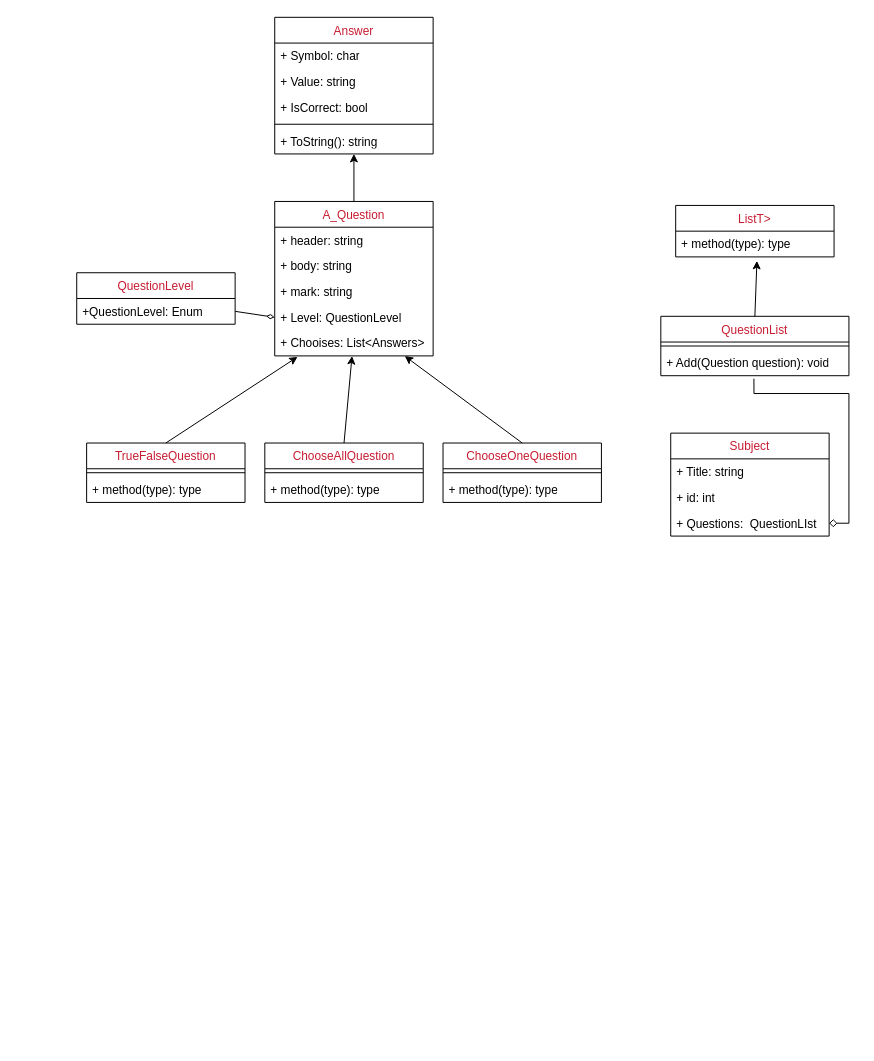
The draw.io diagram task_5/Untitled Diagram.drawio in Mariam-Amer000/EraaSoft-Tasks-, before the edit. Source tidied: cells renumbered, new cells numbered last; positions are measured from the earlier drawing's top-left corner, leaving out a move shared by most shapes. Both pictures are drawn from the tidied source at 99%, with x=0, y=0 at pixel (76, 17).
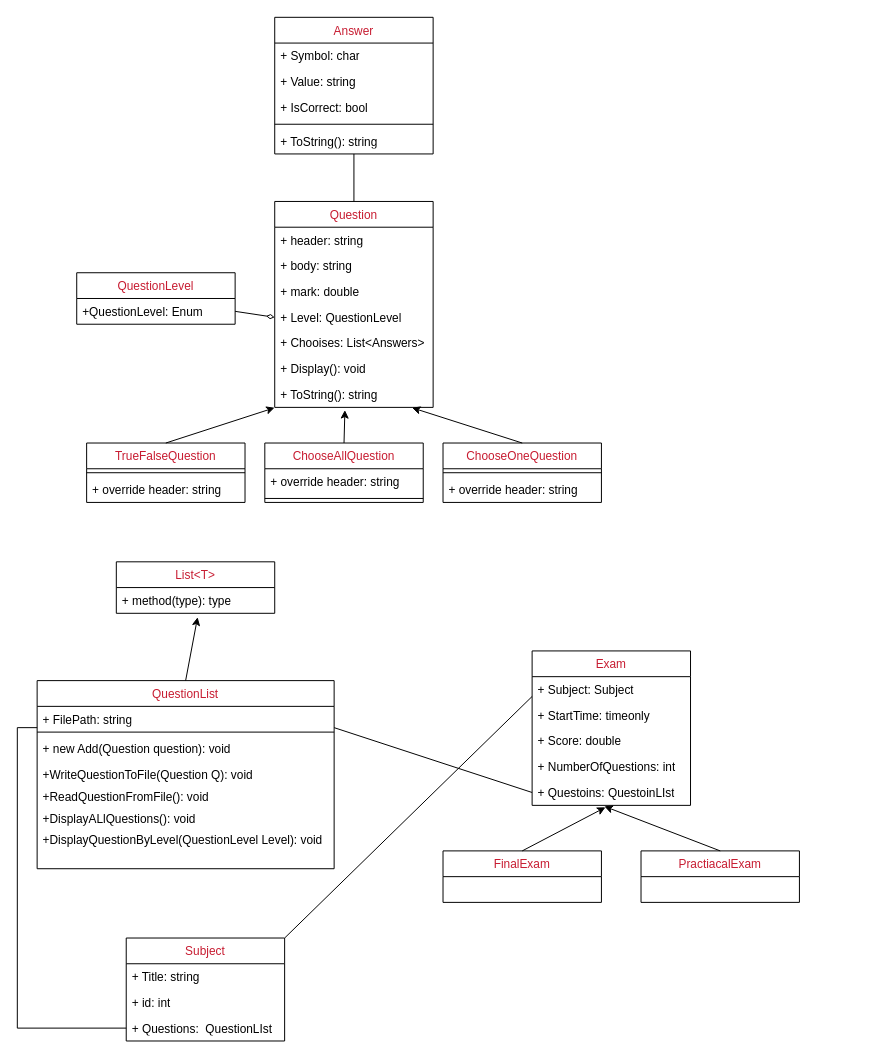
After the change.

Commit message (it also covers changes not shown here):
refactor(UML) inhance and organize UML

The change refers to these unchanged cells:
```xml
<mxCell id="7" value="+ Chooises: List&amp;lt;Answers&amp;gt;" style="text;strokeColor=none;fillColor=none;align=left;verticalAlign=top;spacingLeft=4;spacingRight=4;overflow=hidden;points=[[0,0.5],[1,0.5]];portConstraint=eastwest;whiteSpace=wrap;html=1;" parent="2" vertex="1">
  <mxGeometry y="130" width="160" height="26" as="geometry" />
</mxCell>
<mxCell id="8" value="&lt;span style=&quot;font-family: Calibri; color: rgb(199, 28, 49); font-weight: normal;&quot;&gt;&lt;font style=&quot;font-size: 12px;&quot;&gt;TrueFalseQuestion&lt;/font&gt;&lt;/span&gt;" style="swimlane;fontStyle=1;align=center;verticalAlign=top;horizontal=1;startSize=26;whiteSpace=wrap;html=1;" parent="1" vertex="1">
  <mxGeometry x="10" y="430" width="160" height="60" as="geometry" />
</mxCell>
<mxCell id="11" value="&lt;span style=&quot;font-family: Calibri; color: rgb(199, 28, 49); font-weight: normal;&quot;&gt;&lt;font style=&quot;font-size: 12px;&quot;&gt;ChooseOneQuestion&lt;/font&gt;&lt;/span&gt;" style="swimlane;fontStyle=1;align=center;verticalAlign=top;horizontal=1;startSize=26;whiteSpace=wrap;html=1;" parent="1" vertex="1">
  <mxGeometry x="370" y="430" width="160" height="60" as="geometry" />
</mxCell>
<mxCell id="15" value="&lt;span style=&quot;font-family: Calibri; color: rgb(199, 28, 49); font-weight: normal;&quot;&gt;&lt;font style=&quot;font-size: 12px;&quot;&gt;ChooseAllQuestion&lt;/font&gt;&lt;/span&gt;" style="swimlane;fontStyle=1;align=center;verticalAlign=top;horizontal=1;startSize=26;whiteSpace=wrap;html=1;" parent="1" vertex="1">
  <mxGeometry x="190" y="430" width="160" height="60" as="geometry" />
</mxCell>
<mxCell id="31" value="+ ToString(): string" style="text;strokeColor=none;fillColor=none;align=left;verticalAlign=top;spacingLeft=4;spacingRight=4;overflow=hidden;points=[[0,0.5],[1,0.5]];portConstraint=eastwest;whiteSpace=wrap;html=1;" parent="26" vertex="1">
  <mxGeometry y="112" width="160" height="26" as="geometry" />
</mxCell>
<mxCell id="39" value="+ Questions:&amp;nbsp; QuestionLIst" style="text;strokeColor=none;fillColor=none;align=left;verticalAlign=top;spacingLeft=4;spacingRight=4;overflow=hidden;points=[[0,0.5],[1,0.5]];portConstraint=eastwest;whiteSpace=wrap;html=1;" parent="36" vertex="1">
  <mxGeometry y="78" width="160" height="26" as="geometry" />
</mxCell>
```

What changed in the source:
```diff
@@
-    <mxCell id="2" value="&lt;span style=&quot;font-family: Calibri; color: rgb(199, 28, 49); font-weight: normal;&quot;&gt;&lt;font style=&quot;font-size: 12px;&quot;&gt;A_Question&lt;/font&gt;&lt;/span&gt;" style="swimlane;fontStyle=1;align=center;verticalAlign=top;horizontal=1;startSize=26;whiteSpace=wrap;html=1;" parent="1" vertex="1">
-      <mxGeometry x="200" y="186" width="160" height="156" as="geometry" />
+    <mxCell id="2" value="&lt;span style=&quot;font-family: Calibri; color: rgb(199, 28, 49); font-weight: normal;&quot;&gt;&lt;font style=&quot;font-size: 12px;&quot;&gt;Question&lt;/font&gt;&lt;/span&gt;" style="swimlane;fontStyle=1;align=center;verticalAlign=top;horizontal=1;startSize=26;whiteSpace=wrap;html=1;" parent="1" vertex="1">
+      <mxGeometry x="200" y="186" width="160" height="208" as="geometry" />
     </mxCell>
@@
-    <mxCell id="5" value="+ mark: string" style="text;strokeColor=none;fillColor=none;align=left;verticalAlign=top;spacingLeft=4;spacingRight=4;overflow=hidden;whiteSpace=wrap;html=1;" parent="2" vertex="1">
+    <mxCell id="5" value="+ mark: double" style="text;strokeColor=none;fillColor=none;align=left;verticalAlign=top;spacingLeft=4;spacingRight=4;overflow=hidden;whiteSpace=wrap;html=1;" parent="2" vertex="1">
       <mxGeometry y="78" width="160" height="26" as="geometry" />
     </mxCell>
@@
+    <mxCell id="41" value="+ Display(): void" style="text;strokeColor=none;fillColor=none;align=left;verticalAlign=top;spacingLeft=4;spacingRight=4;overflow=hidden;whiteSpace=wrap;html=1;" parent="2" vertex="1">
+      <mxGeometry y="156" width="160" height="26" as="geometry" />
+    </mxCell>
+    <mxCell id="42" value="+ ToString(): string" style="text;strokeColor=none;fillColor=none;align=left;verticalAlign=top;spacingLeft=4;spacingRight=4;overflow=hidden;points=[[0,0.5],[1,0.5]];portConstraint=eastwest;whiteSpace=wrap;html=1;" parent="2" vertex="1">
+      <mxGeometry y="182" width="160" height="26" as="geometry" />
+    </mxCell>
@@
-    <mxCell id="10" value="+ method(type): type" style="text;strokeColor=none;fillColor=none;align=left;verticalAlign=top;spacingLeft=4;spacingRight=4;overflow=hidden;whiteSpace=wrap;html=1;" parent="8" vertex="1">
+    <mxCell id="10" value="+ override header: string" style="text;strokeColor=none;fillColor=none;align=left;verticalAlign=top;spacingLeft=4;spacingRight=4;overflow=hidden;whiteSpace=wrap;html=1;" parent="8" vertex="1">
       <mxGeometry y="34" width="160" height="26" as="geometry" />
     </mxCell>
@@
-    <mxCell id="13" value="+ method(type): type" style="text;strokeColor=none;fillColor=none;align=left;verticalAlign=top;spacingLeft=4;spacingRight=4;overflow=hidden;whiteSpace=wrap;html=1;" parent="11" vertex="1">
+    <mxCell id="13" value="+ override header: string" style="text;strokeColor=none;fillColor=none;align=left;verticalAlign=top;spacingLeft=4;spacingRight=4;overflow=hidden;whiteSpace=wrap;html=1;" parent="11" vertex="1">
       <mxGeometry y="34" width="160" height="26" as="geometry" />
     </mxCell>
-    <mxCell id="14" style="rounded=0;jettySize=auto;html=1;exitX=0.5;exitY=0;exitDx=0;exitDy=0;entryX=0.488;entryY=1.006;entryDx=0;entryDy=0;entryPerimeter=0;" parent="1" edge="1" source="15" target="7">
+    <mxCell id="14" style="rounded=0;jettySize=auto;html=1;exitX=0.5;exitY=0;exitDx=0;exitDy=0;entryX=0.443;entryY=1.108;entryDx=0;entryDy=0;entryPerimeter=0;" parent="1" edge="1" source="15" target="42">
       <mxGeometry relative="1" as="geometry" />
     </mxCell>
@@
+    <mxCell id="43" value="+ override header: string" style="text;strokeColor=none;fillColor=none;align=left;verticalAlign=top;spacingLeft=4;spacingRight=4;overflow=hidden;whiteSpace=wrap;html=1;" parent="15" vertex="1">
+      <mxGeometry y="26" width="160" height="26" as="geometry" />
+    </mxCell>
     <mxCell id="16" style="line;strokeWidth=1;fillColor=none;align=left;verticalAlign=middle;spacingTop=-1;spacingLeft=3;spacingRight=3;labelPosition=right;strokeColor=inherit;" parent="15" vertex="1">
-      <mxGeometry y="26" width="160" height="8" as="geometry" />
+      <mxGeometry y="52" width="160" height="8" as="geometry" />
     </mxCell>
-    <mxCell id="17" value="+ method(type): type" style="text;strokeColor=none;fillColor=none;align=left;verticalAlign=top;spacingLeft=4;spacingRight=4;overflow=hidden;whiteSpace=wrap;html=1;" parent="15" vertex="1">
-      <mxGeometry y="34" width="160" height="26" as="geometry" />
-    </mxCell>
-    <mxCell id="18" style="rounded=0;jettySize=auto;html=1;exitX=0.5;exitY=0;exitDx=0;exitDy=0;entryX=0.144;entryY=1.038;entryDx=0;entryDy=0;entryPerimeter=0;" parent="1" edge="1" source="8" target="7">
+    <mxCell id="18" style="rounded=0;jettySize=auto;html=1;exitX=0.5;exitY=0;exitDx=0;exitDy=0;entryX=-0.001;entryY=1.015;entryDx=0;entryDy=0;entryPerimeter=0;" parent="1" edge="1" source="8" target="42">
       <mxGeometry relative="1" as="geometry" />
     </mxCell>
-    <mxCell id="19" style="rounded=0;jettySize=auto;html=1;exitX=0.5;exitY=0;exitDx=0;exitDy=0;entryX=0.821;entryY=1.006;entryDx=0;entryDy=0;entryPerimeter=0;" parent="1" edge="1" source="11" target="7">
+    <mxCell id="19" style="rounded=0;jettySize=auto;html=1;exitX=0.5;exitY=0;exitDx=0;exitDy=0;entryX=0.867;entryY=1.015;entryDx=0;entryDy=0;entryPerimeter=0;" parent="1" edge="1" source="11" target="42">
       <mxGeometry relative="1" as="geometry" />
     </mxCell>
+    <mxCell id="44" style="rounded=0;jettySize=auto;html=1;exitX=1;exitY=0.25;exitDx=0;exitDy=0;entryX=0;entryY=0.5;entryDx=0;entryDy=0;endArrow=none;endFill=0;" parent="1" edge="1" source="20" target="55">
+      <mxGeometry relative="1" as="geometry" />
+    </mxCell>
     <mxCell id="20" value="&lt;span style=&quot;font-family: Calibri; color: rgb(199, 28, 49); font-weight: normal;&quot;&gt;&lt;font style=&quot;font-size: 12px;&quot;&gt;QuestionList&lt;/font&gt;&lt;/span&gt;" style="swimlane;fontStyle=1;align=center;verticalAlign=top;horizontal=1;startSize=26;whiteSpace=wrap;html=1;" parent="1" vertex="1">
-      <mxGeometry x="590" y="302" width="190" height="60" as="geometry" />
+      <mxGeometry x="-40" y="670" width="300" height="190" as="geometry" />
     </mxCell>
+    <mxCell id="45" value="+ FilePath: string" style="text;strokeColor=none;fillColor=none;align=left;verticalAlign=top;spacingLeft=4;spacingRight=4;overflow=hidden;whiteSpace=wrap;html=1;" parent="20" vertex="1">
+      <mxGeometry y="26" width="300" height="22" as="geometry" />
+    </mxCell>
     <mxCell id="21" style="line;strokeWidth=1;fillColor=none;align=left;verticalAlign=middle;spacingTop=-1;spacingLeft=3;spacingRight=3;labelPosition=right;strokeColor=inherit;" parent="20" vertex="1">
-      <mxGeometry y="26" width="190" height="8" as="geometry" />
+      <mxGeometry y="48" width="300" height="8" as="geometry" />
     </mxCell>
-    <mxCell id="22" value="+ Add(Question question): void" style="text;strokeColor=none;fillColor=none;align=left;verticalAlign=top;spacingLeft=4;spacingRight=4;overflow=hidden;points=[[0,0.5],[1,0.5]];portConstraint=eastwest;whiteSpace=wrap;html=1;" parent="20" vertex="1">
-      <mxGeometry y="34" width="190" height="26" as="geometry" />
+    <mxCell id="22" value="+ new Add(Question question): void" style="text;strokeColor=none;fillColor=none;align=left;verticalAlign=top;spacingLeft=4;spacingRight=4;overflow=hidden;points=[[0,0.5],[1,0.5]];portConstraint=eastwest;whiteSpace=wrap;html=1;" parent="20" vertex="1">
+      <mxGeometry y="56" width="300" height="26" as="geometry" />
     </mxCell>
+    <mxCell id="46" value="+WriteQuestionToFile(Question Q): void" style="text;strokeColor=none;fillColor=none;align=left;verticalAlign=top;spacingLeft=4;spacingRight=4;overflow=hidden;whiteSpace=wrap;html=1;" parent="20" vertex="1">
+      <mxGeometry y="82" width="300" height="22" as="geometry" />
+    </mxCell>
+    <mxCell id="47" value="+ReadQuestionFromFile(): void" style="text;strokeColor=none;fillColor=none;align=left;verticalAlign=top;spacingLeft=4;spacingRight=4;overflow=hidden;whiteSpace=wrap;html=1;" parent="20" vertex="1">
+      <mxGeometry y="104" width="300" height="22" as="geometry" />
+    </mxCell>
+    <mxCell id="48" value="+DisplayALlQuestions(): void" style="text;strokeColor=none;fillColor=none;align=left;verticalAlign=top;spacingLeft=4;spacingRight=4;overflow=hidden;whiteSpace=wrap;html=1;" parent="20" vertex="1">
+      <mxGeometry y="126" width="300" height="22" as="geometry" />
+    </mxCell>
+    <mxCell id="49" value="+DisplayQuestionByLevel(QuestionLevel Level): void" style="text;strokeColor=none;fillColor=none;align=left;verticalAlign=top;spacingLeft=4;spacingRight=4;overflow=hidden;whiteSpace=wrap;html=1;" parent="20" vertex="1">
+      <mxGeometry y="148" width="300" height="42" as="geometry" />
+    </mxCell>
-    <mxCell id="23" value="&lt;span style=&quot;font-family: Calibri; color: rgb(199, 28, 49); font-weight: normal;&quot;&gt;&lt;font style=&quot;font-size: 12px;&quot;&gt;ListT&amp;gt;&lt;/font&gt;&lt;/span&gt;" style="swimlane;fontStyle=1;align=center;verticalAlign=top;horizontal=1;startSize=26;whiteSpace=wrap;html=1;" parent="1" vertex="1">
-      <mxGeometry x="605" y="190" width="160" height="52" as="geometry" />
+    <mxCell id="23" value="&lt;span style=&quot;font-family: Calibri; color: rgb(199, 28, 49); font-weight: normal;&quot;&gt;&lt;font style=&quot;font-size: 12px;&quot;&gt;List&amp;lt;T&amp;gt;&lt;/font&gt;&lt;/span&gt;" style="swimlane;fontStyle=1;align=center;verticalAlign=top;horizontal=1;startSize=26;whiteSpace=wrap;html=1;" parent="1" vertex="1">
+      <mxGeometry x="40" y="550" width="160" height="52" as="geometry" />
     </mxCell>
@@
-    <mxCell id="35" style="rounded=0;jettySize=auto;html=1;exitX=0.5;exitY=0;exitDx=0;exitDy=0;" parent="1" edge="1" source="2" target="31">
+    <mxCell id="35" style="rounded=0;jettySize=auto;html=1;exitX=0.5;exitY=0;exitDx=0;exitDy=0;endArrow=none;endFill=0;" parent="1" edge="1" source="2" target="31">
       <mxGeometry relative="1" as="geometry" />
     </mxCell>
     <mxCell id="36" value="&lt;span style=&quot;font-family: Calibri; color: rgb(199, 28, 49); font-weight: normal;&quot;&gt;&lt;font style=&quot;font-size: 12px;&quot;&gt;Subject&lt;/font&gt;&lt;/span&gt;" style="swimlane;fontStyle=1;align=center;verticalAlign=top;horizontal=1;startSize=26;whiteSpace=wrap;html=1;" parent="1" vertex="1">
-      <mxGeometry x="600" y="420" width="160" height="104" as="geometry" />
+      <mxGeometry x="50" y="930" width="160" height="104" as="geometry" />
     </mxCell>
@@
-    <mxCell id="40" style="rounded=0;jettySize=auto;html=1;exitX=1;exitY=0.5;exitDx=0;exitDy=0;entryX=0.495;entryY=1.115;entryDx=0;entryDy=0;entryPerimeter=0;endArrow=none;endFill=0;startArrow=diamond;startFill=0;edgeStyle=orthogonalEdgeStyle;" parent="1" edge="1" source="39" target="22">
-      <mxGeometry relative="1" as="geometry">
-        <Array as="points">
-          <mxPoint x="780" y="511" />
-          <mxPoint x="780" y="380" />
-          <mxPoint x="684" y="380" />
-        </Array>
-      </mxGeometry>
-    </mxCell>
+    <mxCell id="50" value="&lt;span style=&quot;font-family: Calibri; color: rgb(199, 28, 49); font-weight: normal;&quot;&gt;&lt;font style=&quot;font-size: 12px;&quot;&gt;Exam&lt;/font&gt;&lt;/span&gt;" style="swimlane;fontStyle=1;align=center;verticalAlign=top;horizontal=1;startSize=26;whiteSpace=wrap;html=1;" parent="1" vertex="1">
+      <mxGeometry x="460" y="640" width="160" height="156" as="geometry" />
+    </mxCell>
+    <mxCell id="51" value="+ Subject: Subject" style="text;strokeColor=none;fillColor=none;align=left;verticalAlign=top;spacingLeft=4;spacingRight=4;overflow=hidden;points=[[0,0.5],[1,0.5]];portConstraint=eastwest;whiteSpace=wrap;html=1;" parent="50" vertex="1">
+      <mxGeometry y="26" width="160" height="26" as="geometry" />
+    </mxCell>
+    <mxCell id="52" value="+ StartTime: timeonly&amp;nbsp;" style="text;strokeColor=none;fillColor=none;align=left;verticalAlign=top;spacingLeft=4;spacingRight=4;overflow=hidden;whiteSpace=wrap;html=1;" parent="50" vertex="1">
+      <mxGeometry y="52" width="160" height="26" as="geometry" />
+    </mxCell>
+    <mxCell id="53" value="+ Score: double" style="text;strokeColor=none;fillColor=none;align=left;verticalAlign=top;spacingLeft=4;spacingRight=4;overflow=hidden;whiteSpace=wrap;html=1;" parent="50" vertex="1">
+      <mxGeometry y="78" width="160" height="26" as="geometry" />
+    </mxCell>
+    <mxCell id="54" value="+ NumberOfQuestions: int" style="text;strokeColor=none;fillColor=none;align=left;verticalAlign=top;spacingLeft=4;spacingRight=4;overflow=hidden;whiteSpace=wrap;html=1;" parent="50" vertex="1">
+      <mxGeometry y="104" width="160" height="26" as="geometry" />
+    </mxCell>
+    <mxCell id="55" value="+ Questoins: QuestoinLIst" style="text;strokeColor=none;fillColor=none;align=left;verticalAlign=top;spacingLeft=4;spacingRight=4;overflow=hidden;points=[[0,0.5],[1,0.5]];portConstraint=eastwest;whiteSpace=wrap;html=1;" parent="50" vertex="1">
+      <mxGeometry y="130" width="160" height="26" as="geometry" />
+    </mxCell>
+    <mxCell id="56" style="rounded=0;jettySize=auto;html=1;exitX=1;exitY=0;exitDx=0;exitDy=0;entryX=0;entryY=0.769;entryDx=0;entryDy=0;entryPerimeter=0;endArrow=none;endFill=0;" parent="1" edge="1" source="36" target="51">
+      <mxGeometry relative="1" as="geometry" />
+    </mxCell>
+    <mxCell id="57" style="edgeStyle=orthogonalEdgeStyle;rounded=0;jettySize=auto;html=1;exitX=0;exitY=0.5;exitDx=0;exitDy=0;entryX=0;entryY=0.25;entryDx=0;entryDy=0;endArrow=none;endFill=0;" parent="1" edge="1" source="39" target="20">
+      <mxGeometry relative="1" as="geometry" />
+    </mxCell>
+    <mxCell id="58" value="&lt;span style=&quot;font-family: Calibri; color: rgb(199, 28, 49); font-weight: normal;&quot;&gt;&lt;font style=&quot;font-size: 12px;&quot;&gt;FinalExam&lt;/font&gt;&lt;/span&gt;" style="swimlane;fontStyle=1;align=center;verticalAlign=top;horizontal=1;startSize=26;whiteSpace=wrap;html=1;" parent="1" vertex="1">
+      <mxGeometry x="370" y="842" width="160" height="52" as="geometry" />
+    </mxCell>
+    <mxCell id="59" value="&lt;span style=&quot;font-family: Calibri; color: rgb(199, 28, 49); font-weight: normal;&quot;&gt;&lt;font style=&quot;font-size: 12px;&quot;&gt;PractiacalExam&lt;/font&gt;&lt;/span&gt;" style="swimlane;fontStyle=1;align=center;verticalAlign=top;horizontal=1;startSize=26;whiteSpace=wrap;html=1;" parent="1" vertex="1">
+      <mxGeometry x="570" y="842" width="160" height="52" as="geometry" />
+    </mxCell>
+    <mxCell id="60" style="rounded=0;jettySize=auto;html=1;exitX=0.5;exitY=0;exitDx=0;exitDy=0;entryX=0.463;entryY=1.077;entryDx=0;entryDy=0;entryPerimeter=0;" parent="1" edge="1" source="58" target="55">
+      <mxGeometry relative="1" as="geometry" />
+    </mxCell>
+    <mxCell id="61" style="rounded=0;jettySize=auto;html=1;exitX=0.5;exitY=0;exitDx=0;exitDy=0;entryX=0.456;entryY=1.038;entryDx=0;entryDy=0;entryPerimeter=0;" parent="1" edge="1" source="59" target="55">
+      <mxGeometry relative="1" as="geometry" />
+    </mxCell>
```
